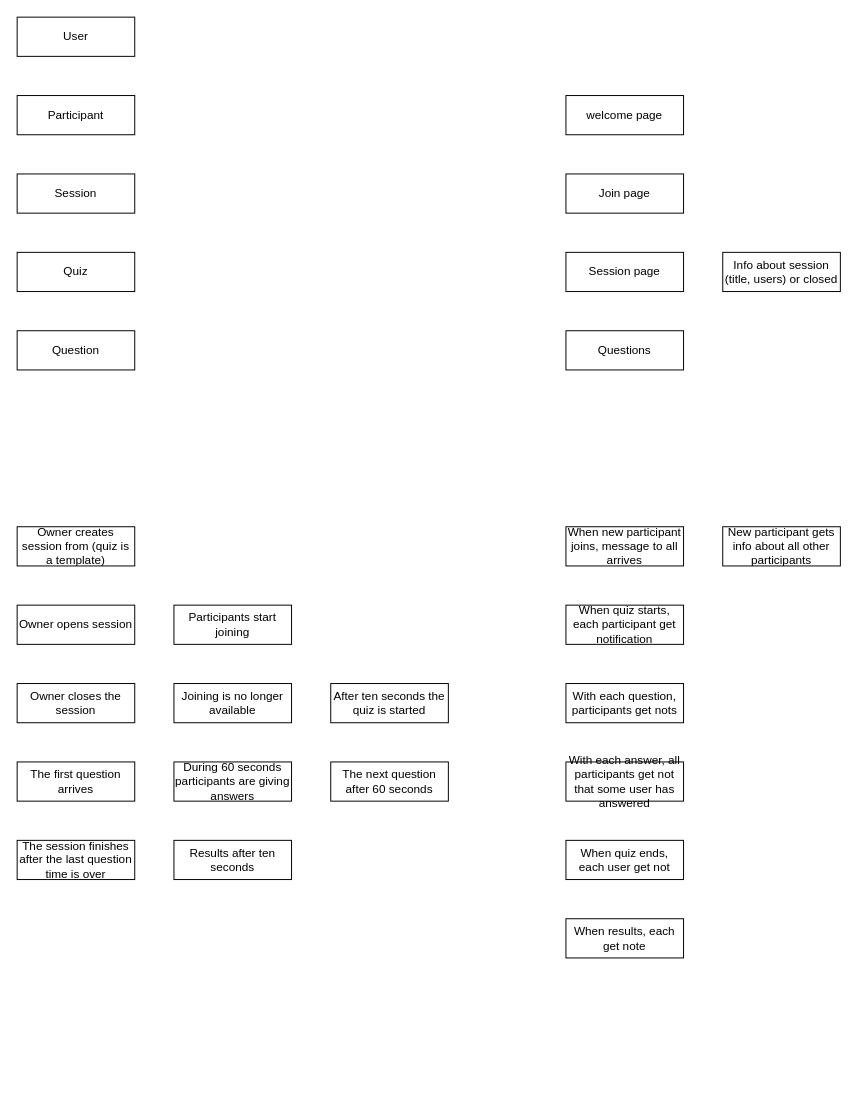
GeorgeShvab/diagrams keeps this draw.io diagram as quizzer.drawio. Above is the earlier version. Source tidied: cells renumbered, new cells numbered last; positions are measured from the earlier drawing's top-left corner, leaving out a move shared by most shapes. Both pictures are drawn from the tidied source at 98%, with x=0, y=0 at pixel (17, 17).
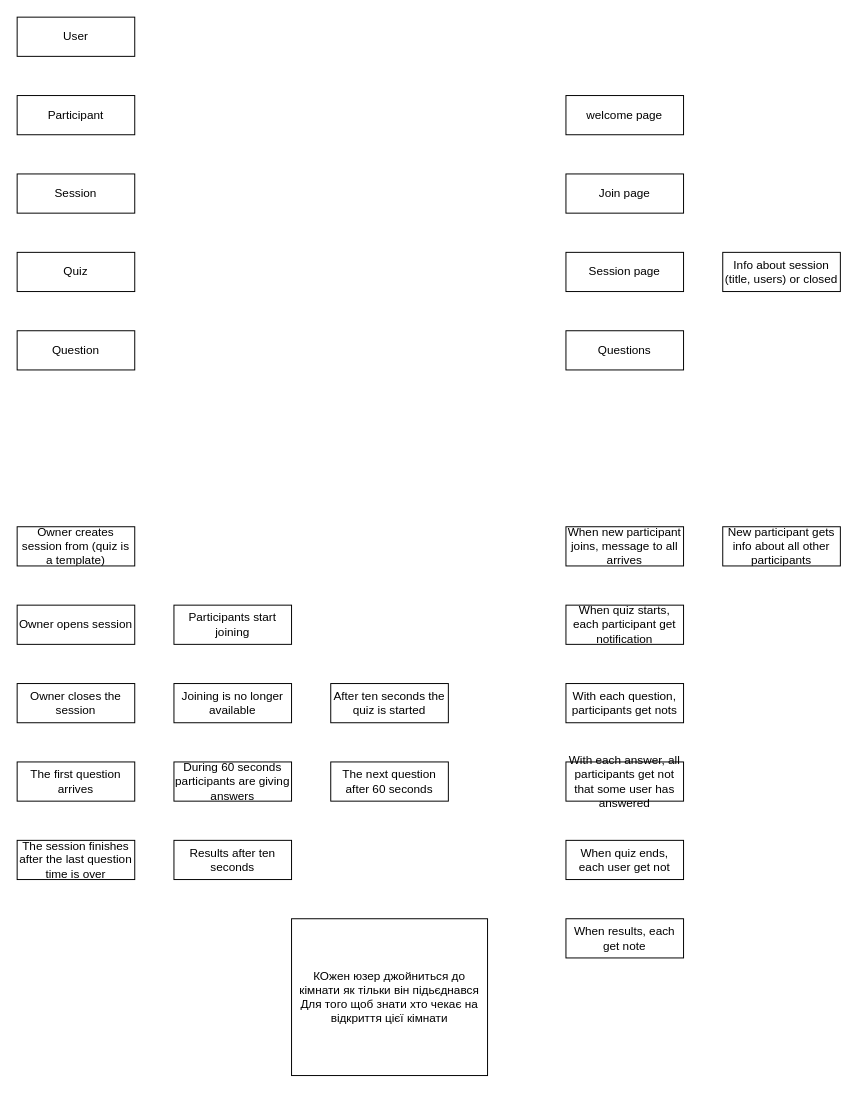
The same diagram, later.

Change to the diagram source:
```diff
@@
+    <mxCell id="30" value="КОжен юзер джойниться до кімнати як тільки він підьєднався&lt;br&gt;Для того щоб знати хто чекає на відкриття цієї кімнати" style="rounded=0;whiteSpace=wrap;html=1;" parent="1" vertex="1">
+      <mxGeometry x="280" y="920" width="200" height="160" as="geometry" />
+    </mxCell>
```
